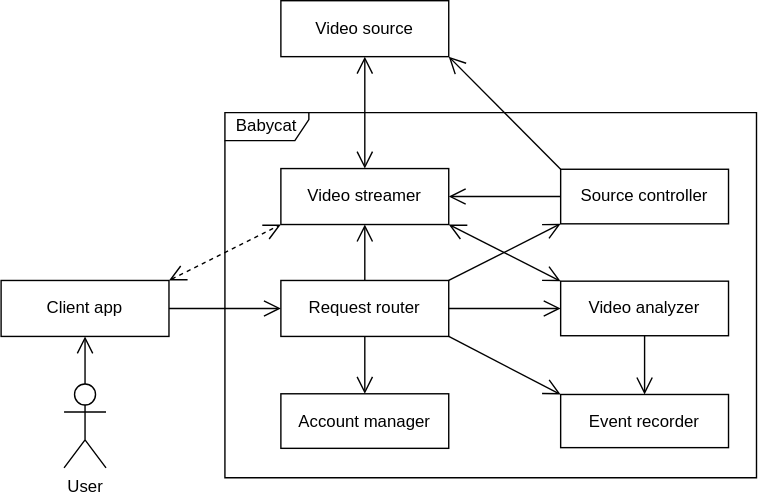
skim2048/babycat keeps this draw.io diagram as docs/srs/figs/2-2.drawio.svg. Above is the earlier version. Source tidied: cells renumbered, new cells last; positions are measured from the earlier drawing's top-left corner, leaving out a move shared by most shapes.
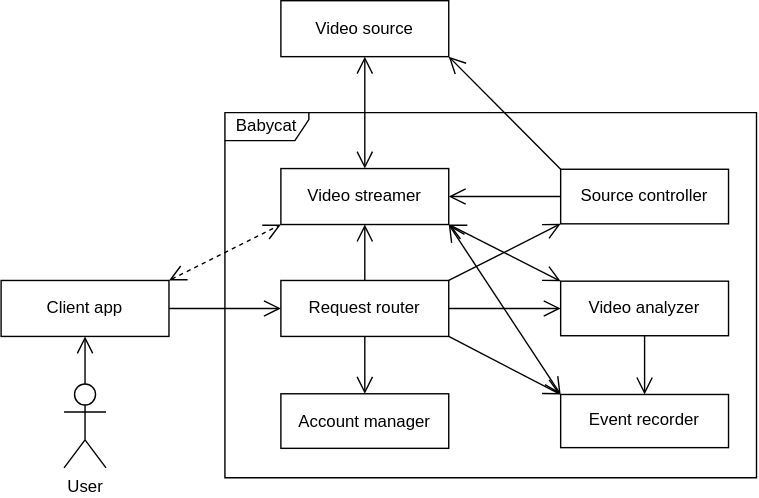
After the commit.

The edit, as a diff of the source:
```diff
@@ -111,5 +111,8 @@
     <mxCell id="32" style="edgeStyle=none;html=1;endArrow=open;endFill=0;endSize=10;strokeColor=light-dark(#000000,#FFFFFF);" parent="1" edge="1" source="30" target="29">
       <mxGeometry relative="1" as="geometry" />
     </mxCell>
+    <mxCell id="33" style="edgeStyle=none;html=1;endArrow=open;endFill=0;startArrow=open;startFill=0;startSize=10;endSize=10;strokeColor=light-dark(#000000,#FFFFFF);entryX=1;entryY=1;entryDx=0;entryDy=0;exitX=0;exitY=0;exitDx=0;exitDy=0;" parent="1" edge="1" source="29" target="21">
+      <mxGeometry relative="1" as="geometry" />
+    </mxCell>
   </root>
 </mxGraphModel>
```
